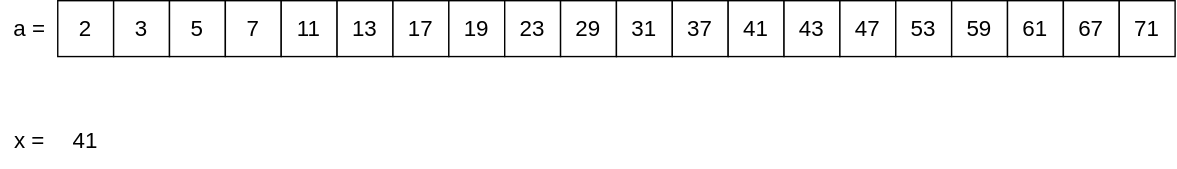
The draw.io diagram img/algorithm/algorithm-1081-01-01-00.svg in zininote/zininote.github.io-old-, before a commit. Source tidied: cells renumbered, new cells last; positions are measured from the earlier drawing's top-left corner, leaving out a move shared by most shapes.
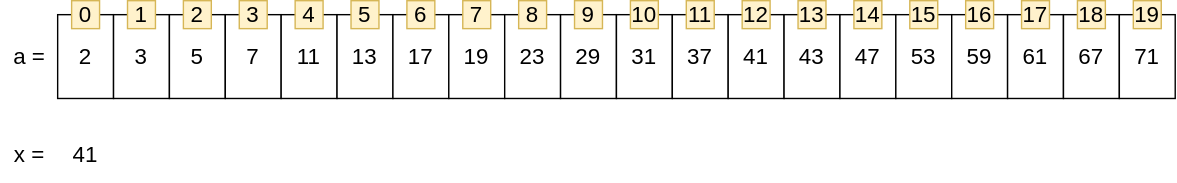
The same diagram one commit later.

Change to the diagram source:
```diff
@@ -2,68 +2,71 @@
   <root>
     <mxCell id="0" />
     <mxCell id="1" parent="0" />
+    <mxCell id="25" style="group;" parent="1" vertex="1">
+      <mxGeometry x="40" width="800" height="60" as="geometry" />
+    </mxCell>
-    <mxCell id="2" value="2" style="rounded=0;whiteSpace=wrap;html=1;fontSize=16;" parent="1" vertex="1">
-      <mxGeometry x="40" width="40" height="40" as="geometry" />
+    <mxCell id="2" value="2" style="rounded=0;whiteSpace=wrap;html=1;fontSize=16;" parent="25" vertex="1">
+      <mxGeometry width="40" height="60" as="geometry" />
     </mxCell>
-    <mxCell id="3" value="3" style="rounded=0;whiteSpace=wrap;html=1;fontSize=16;" parent="1" vertex="1">
-      <mxGeometry x="80" width="40" height="40" as="geometry" />
+    <mxCell id="3" value="3" style="rounded=0;whiteSpace=wrap;html=1;fontSize=16;" parent="25" vertex="1">
+      <mxGeometry x="40" width="40" height="60" as="geometry" />
     </mxCell>
-    <mxCell id="4" value="5" style="rounded=0;whiteSpace=wrap;html=1;fontSize=16;" parent="1" vertex="1">
-      <mxGeometry x="120" width="40" height="40" as="geometry" />
+    <mxCell id="4" value="5" style="rounded=0;whiteSpace=wrap;html=1;fontSize=16;" parent="25" vertex="1">
+      <mxGeometry x="80" width="40" height="60" as="geometry" />
     </mxCell>
-    <mxCell id="5" value="7" style="rounded=0;whiteSpace=wrap;html=1;fontSize=16;" parent="1" vertex="1">
-      <mxGeometry x="160" width="40" height="40" as="geometry" />
+    <mxCell id="5" value="7" style="rounded=0;whiteSpace=wrap;html=1;fontSize=16;" parent="25" vertex="1">
+      <mxGeometry x="120" width="40" height="60" as="geometry" />
     </mxCell>
-    <mxCell id="6" value="11" style="rounded=0;whiteSpace=wrap;html=1;fontSize=16;" parent="1" vertex="1">
-      <mxGeometry x="200" width="40" height="40" as="geometry" />
+    <mxCell id="6" value="11" style="rounded=0;whiteSpace=wrap;html=1;fontSize=16;" parent="25" vertex="1">
+      <mxGeometry x="160" width="40" height="60" as="geometry" />
     </mxCell>
-    <mxCell id="7" value="13" style="rounded=0;whiteSpace=wrap;html=1;fontSize=16;" parent="1" vertex="1">
-      <mxGeometry x="240" width="40" height="40" as="geometry" />
+    <mxCell id="7" value="13" style="rounded=0;whiteSpace=wrap;html=1;fontSize=16;" parent="25" vertex="1">
+      <mxGeometry x="200" width="40" height="60" as="geometry" />
     </mxCell>
-    <mxCell id="8" value="17" style="rounded=0;whiteSpace=wrap;html=1;fontSize=16;" parent="1" vertex="1">
-      <mxGeometry x="280" width="40" height="40" as="geometry" />
+    <mxCell id="8" value="17" style="rounded=0;whiteSpace=wrap;html=1;fontSize=16;" parent="25" vertex="1">
+      <mxGeometry x="240" width="40" height="60" as="geometry" />
     </mxCell>
-    <mxCell id="9" value="19" style="rounded=0;whiteSpace=wrap;html=1;fontSize=16;" parent="1" vertex="1">
-      <mxGeometry x="320" width="40" height="40" as="geometry" />
+    <mxCell id="9" value="19" style="rounded=0;whiteSpace=wrap;html=1;fontSize=16;" parent="25" vertex="1">
+      <mxGeometry x="280" width="40" height="60" as="geometry" />
     </mxCell>
-    <mxCell id="10" value="23" style="rounded=0;whiteSpace=wrap;html=1;fontSize=16;" parent="1" vertex="1">
-      <mxGeometry x="360" width="40" height="40" as="geometry" />
+    <mxCell id="10" value="23" style="rounded=0;whiteSpace=wrap;html=1;fontSize=16;" parent="25" vertex="1">
+      <mxGeometry x="320" width="40" height="60" as="geometry" />
     </mxCell>
-    <mxCell id="11" value="29" style="rounded=0;whiteSpace=wrap;html=1;fontSize=16;" parent="1" vertex="1">
-      <mxGeometry x="400" width="40" height="40" as="geometry" />
+    <mxCell id="11" value="29" style="rounded=0;whiteSpace=wrap;html=1;fontSize=16;" parent="25" vertex="1">
+      <mxGeometry x="360" width="40" height="60" as="geometry" />
     </mxCell>
-    <mxCell id="12" value="31" style="rounded=0;whiteSpace=wrap;html=1;fontSize=16;" parent="1" vertex="1">
-      <mxGeometry x="440" width="40" height="40" as="geometry" />
+    <mxCell id="12" value="31" style="rounded=0;whiteSpace=wrap;html=1;fontSize=16;" parent="25" vertex="1">
+      <mxGeometry x="400" width="40" height="60" as="geometry" />
     </mxCell>
-    <mxCell id="13" value="37" style="rounded=0;whiteSpace=wrap;html=1;fontSize=16;" parent="1" vertex="1">
-      <mxGeometry x="480" width="40" height="40" as="geometry" />
+    <mxCell id="13" value="37" style="rounded=0;whiteSpace=wrap;html=1;fontSize=16;" parent="25" vertex="1">
+      <mxGeometry x="440" width="40" height="60" as="geometry" />
     </mxCell>
-    <mxCell id="14" value="41" style="rounded=0;whiteSpace=wrap;html=1;fontSize=16;" parent="1" vertex="1">
-      <mxGeometry x="520" width="40" height="40" as="geometry" />
+    <mxCell id="14" value="41" style="rounded=0;whiteSpace=wrap;html=1;fontSize=16;" parent="25" vertex="1">
+      <mxGeometry x="480" width="40" height="60" as="geometry" />
     </mxCell>
-    <mxCell id="15" value="43" style="rounded=0;whiteSpace=wrap;html=1;fontSize=16;" parent="1" vertex="1">
-      <mxGeometry x="560" width="40" height="40" as="geometry" />
+    <mxCell id="15" value="43" style="rounded=0;whiteSpace=wrap;html=1;fontSize=16;" parent="25" vertex="1">
+      <mxGeometry x="520" width="40" height="60" as="geometry" />
     </mxCell>
-    <mxCell id="16" value="47" style="rounded=0;whiteSpace=wrap;html=1;fontSize=16;" parent="1" vertex="1">
-      <mxGeometry x="600" width="40" height="40" as="geometry" />
+    <mxCell id="16" value="47" style="rounded=0;whiteSpace=wrap;html=1;fontSize=16;" parent="25" vertex="1">
+      <mxGeometry x="560" width="40" height="60" as="geometry" />
     </mxCell>
-    <mxCell id="17" value="53" style="rounded=0;whiteSpace=wrap;html=1;fontSize=16;" parent="1" vertex="1">
-      <mxGeometry x="640" width="40" height="40" as="geometry" />
+    <mxCell id="17" value="53" style="rounded=0;whiteSpace=wrap;html=1;fontSize=16;" parent="25" vertex="1">
+      <mxGeometry x="600" width="40" height="60" as="geometry" />
     </mxCell>
-    <mxCell id="18" value="59" style="rounded=0;whiteSpace=wrap;html=1;fontSize=16;" parent="1" vertex="1">
-      <mxGeometry x="680" width="40" height="40" as="geometry" />
+    <mxCell id="18" value="59" style="rounded=0;whiteSpace=wrap;html=1;fontSize=16;" parent="25" vertex="1">
+      <mxGeometry x="640" width="40" height="60" as="geometry" />
     </mxCell>
-    <mxCell id="19" value="61" style="rounded=0;whiteSpace=wrap;html=1;fontSize=16;" parent="1" vertex="1">
-      <mxGeometry x="720" width="40" height="40" as="geometry" />
+    <mxCell id="19" value="61" style="rounded=0;whiteSpace=wrap;html=1;fontSize=16;" parent="25" vertex="1">
+      <mxGeometry x="680" width="40" height="60" as="geometry" />
     </mxCell>
-    <mxCell id="20" value="67" style="rounded=0;whiteSpace=wrap;html=1;fontSize=16;" parent="1" vertex="1">
-      <mxGeometry x="760" width="40" height="40" as="geometry" />
+    <mxCell id="20" value="67" style="rounded=0;whiteSpace=wrap;html=1;fontSize=16;" parent="25" vertex="1">
+      <mxGeometry x="720" width="40" height="60" as="geometry" />
     </mxCell>
-    <mxCell id="21" value="71" style="rounded=0;whiteSpace=wrap;html=1;fontSize=16;" parent="1" vertex="1">
-      <mxGeometry x="800" width="40" height="40" as="geometry" />
+    <mxCell id="21" value="71" style="rounded=0;whiteSpace=wrap;html=1;fontSize=16;" parent="25" vertex="1">
+      <mxGeometry x="760" width="40" height="60" as="geometry" />
     </mxCell>
     <mxCell id="22" value="a =" style="text;html=1;strokeColor=none;fillColor=none;align=center;verticalAlign=middle;whiteSpace=wrap;rounded=0;fontSize=16;" parent="1" vertex="1">
-      <mxGeometry width="40" height="40" as="geometry" />
+      <mxGeometry width="40" height="60" as="geometry" />
     </mxCell>
     <mxCell id="23" value="x =" style="text;html=1;strokeColor=none;fillColor=none;align=center;verticalAlign=middle;whiteSpace=wrap;rounded=0;fontSize=16;" parent="1" vertex="1">
       <mxGeometry y="80" width="40" height="40" as="geometry" />
@@ -71,5 +74,65 @@
     <mxCell id="24" value="41" style="text;html=1;strokeColor=none;fillColor=none;align=center;verticalAlign=middle;whiteSpace=wrap;rounded=0;fontSize=16;" parent="1" vertex="1">
       <mxGeometry x="40" y="80" width="40" height="40" as="geometry" />
     </mxCell>
+    <mxCell id="26" value="&lt;span style=&quot;font-size: 16px&quot;&gt;0&lt;/span&gt;" style="text;html=1;strokeColor=#d6b656;fillColor=#fff2cc;align=center;verticalAlign=middle;whiteSpace=wrap;rounded=0;" parent="1" vertex="1">
+      <mxGeometry x="50" y="-10" width="20" height="20" as="geometry" />
+    </mxCell>
+    <mxCell id="27" value="&lt;span style=&quot;font-size: 16px&quot;&gt;1&lt;/span&gt;" style="text;html=1;strokeColor=#d6b656;fillColor=#fff2cc;align=center;verticalAlign=middle;whiteSpace=wrap;rounded=0;" parent="1" vertex="1">
+      <mxGeometry x="90" y="-10" width="20" height="20" as="geometry" />
+    </mxCell>
+    <mxCell id="28" value="&lt;span style=&quot;font-size: 16px&quot;&gt;2&lt;/span&gt;" style="text;html=1;strokeColor=#d6b656;fillColor=#fff2cc;align=center;verticalAlign=middle;whiteSpace=wrap;rounded=0;" parent="1" vertex="1">
+      <mxGeometry x="130" y="-10" width="20" height="20" as="geometry" />
+    </mxCell>
+    <mxCell id="29" value="&lt;span style=&quot;font-size: 16px&quot;&gt;3&lt;/span&gt;" style="text;html=1;strokeColor=#d6b656;fillColor=#fff2cc;align=center;verticalAlign=middle;whiteSpace=wrap;rounded=0;" parent="1" vertex="1">
+      <mxGeometry x="170" y="-10" width="20" height="20" as="geometry" />
+    </mxCell>
+    <mxCell id="30" value="&lt;span style=&quot;font-size: 16px&quot;&gt;4&lt;/span&gt;" style="text;html=1;strokeColor=#d6b656;fillColor=#fff2cc;align=center;verticalAlign=middle;whiteSpace=wrap;rounded=0;" parent="1" vertex="1">
+      <mxGeometry x="210" y="-10" width="20" height="20" as="geometry" />
+    </mxCell>
+    <mxCell id="31" value="&lt;span style=&quot;font-size: 16px&quot;&gt;5&lt;/span&gt;" style="text;html=1;strokeColor=#d6b656;fillColor=#fff2cc;align=center;verticalAlign=middle;whiteSpace=wrap;rounded=0;" parent="1" vertex="1">
+      <mxGeometry x="250" y="-10" width="20" height="20" as="geometry" />
+    </mxCell>
+    <mxCell id="32" value="&lt;span style=&quot;font-size: 16px&quot;&gt;6&lt;/span&gt;" style="text;html=1;strokeColor=#d6b656;fillColor=#fff2cc;align=center;verticalAlign=middle;whiteSpace=wrap;rounded=0;" parent="1" vertex="1">
+      <mxGeometry x="290" y="-10" width="20" height="20" as="geometry" />
+    </mxCell>
+    <mxCell id="33" value="&lt;span style=&quot;font-size: 16px&quot;&gt;7&lt;/span&gt;" style="text;html=1;strokeColor=#d6b656;fillColor=#fff2cc;align=center;verticalAlign=middle;whiteSpace=wrap;rounded=0;" parent="1" vertex="1">
+      <mxGeometry x="330" y="-10" width="20" height="20" as="geometry" />
+    </mxCell>
+    <mxCell id="34" value="&lt;span style=&quot;font-size: 16px&quot;&gt;8&lt;/span&gt;" style="text;html=1;strokeColor=#d6b656;fillColor=#fff2cc;align=center;verticalAlign=middle;whiteSpace=wrap;rounded=0;" parent="1" vertex="1">
+      <mxGeometry x="370" y="-10" width="20" height="20" as="geometry" />
+    </mxCell>
+    <mxCell id="35" value="&lt;span style=&quot;font-size: 16px&quot;&gt;9&lt;/span&gt;" style="text;html=1;strokeColor=#d6b656;fillColor=#fff2cc;align=center;verticalAlign=middle;whiteSpace=wrap;rounded=0;" parent="1" vertex="1">
+      <mxGeometry x="410" y="-10" width="20" height="20" as="geometry" />
+    </mxCell>
+    <mxCell id="36" value="&lt;span style=&quot;font-size: 16px&quot;&gt;10&lt;/span&gt;" style="text;html=1;strokeColor=#d6b656;fillColor=#fff2cc;align=center;verticalAlign=middle;whiteSpace=wrap;rounded=0;" parent="1" vertex="1">
+      <mxGeometry x="450" y="-10" width="20" height="20" as="geometry" />
+    </mxCell>
+    <mxCell id="37" value="&lt;span style=&quot;font-size: 16px&quot;&gt;11&lt;/span&gt;" style="text;html=1;strokeColor=#d6b656;fillColor=#fff2cc;align=center;verticalAlign=middle;whiteSpace=wrap;rounded=0;" parent="1" vertex="1">
+      <mxGeometry x="490" y="-10" width="20" height="20" as="geometry" />
+    </mxCell>
+    <mxCell id="38" value="&lt;span style=&quot;font-size: 16px&quot;&gt;12&lt;/span&gt;" style="text;html=1;strokeColor=#d6b656;fillColor=#fff2cc;align=center;verticalAlign=middle;whiteSpace=wrap;rounded=0;" parent="1" vertex="1">
+      <mxGeometry x="530" y="-10" width="20" height="20" as="geometry" />
+    </mxCell>
+    <mxCell id="39" value="&lt;span style=&quot;font-size: 16px&quot;&gt;13&lt;/span&gt;" style="text;html=1;strokeColor=#d6b656;fillColor=#fff2cc;align=center;verticalAlign=middle;whiteSpace=wrap;rounded=0;" parent="1" vertex="1">
+      <mxGeometry x="570" y="-10" width="20" height="20" as="geometry" />
+    </mxCell>
+    <mxCell id="40" value="&lt;span style=&quot;font-size: 16px&quot;&gt;14&lt;/span&gt;" style="text;html=1;strokeColor=#d6b656;fillColor=#fff2cc;align=center;verticalAlign=middle;whiteSpace=wrap;rounded=0;" parent="1" vertex="1">
+      <mxGeometry x="610" y="-10" width="20" height="20" as="geometry" />
+    </mxCell>
+    <mxCell id="41" value="&lt;span style=&quot;font-size: 16px&quot;&gt;15&lt;/span&gt;" style="text;html=1;strokeColor=#d6b656;fillColor=#fff2cc;align=center;verticalAlign=middle;whiteSpace=wrap;rounded=0;" parent="1" vertex="1">
+      <mxGeometry x="650" y="-10" width="20" height="20" as="geometry" />
+    </mxCell>
+    <mxCell id="42" value="&lt;span style=&quot;font-size: 16px&quot;&gt;16&lt;/span&gt;" style="text;html=1;strokeColor=#d6b656;fillColor=#fff2cc;align=center;verticalAlign=middle;whiteSpace=wrap;rounded=0;" parent="1" vertex="1">
+      <mxGeometry x="690" y="-10" width="20" height="20" as="geometry" />
+    </mxCell>
+    <mxCell id="43" value="&lt;span style=&quot;font-size: 16px&quot;&gt;17&lt;/span&gt;" style="text;html=1;strokeColor=#d6b656;fillColor=#fff2cc;align=center;verticalAlign=middle;whiteSpace=wrap;rounded=0;" parent="1" vertex="1">
+      <mxGeometry x="730" y="-10" width="20" height="20" as="geometry" />
+    </mxCell>
+    <mxCell id="44" value="&lt;span style=&quot;font-size: 16px&quot;&gt;18&lt;/span&gt;" style="text;html=1;strokeColor=#d6b656;fillColor=#fff2cc;align=center;verticalAlign=middle;whiteSpace=wrap;rounded=0;" parent="1" vertex="1">
+      <mxGeometry x="770" y="-10" width="20" height="20" as="geometry" />
+    </mxCell>
+    <mxCell id="45" value="&lt;span style=&quot;font-size: 16px&quot;&gt;19&lt;/span&gt;" style="text;html=1;strokeColor=#d6b656;fillColor=#fff2cc;align=center;verticalAlign=middle;whiteSpace=wrap;rounded=0;" parent="1" vertex="1">
+      <mxGeometry x="810" y="-10" width="20" height="20" as="geometry" />
+    </mxCell>
   </root>
 </mxGraphModel>
```
